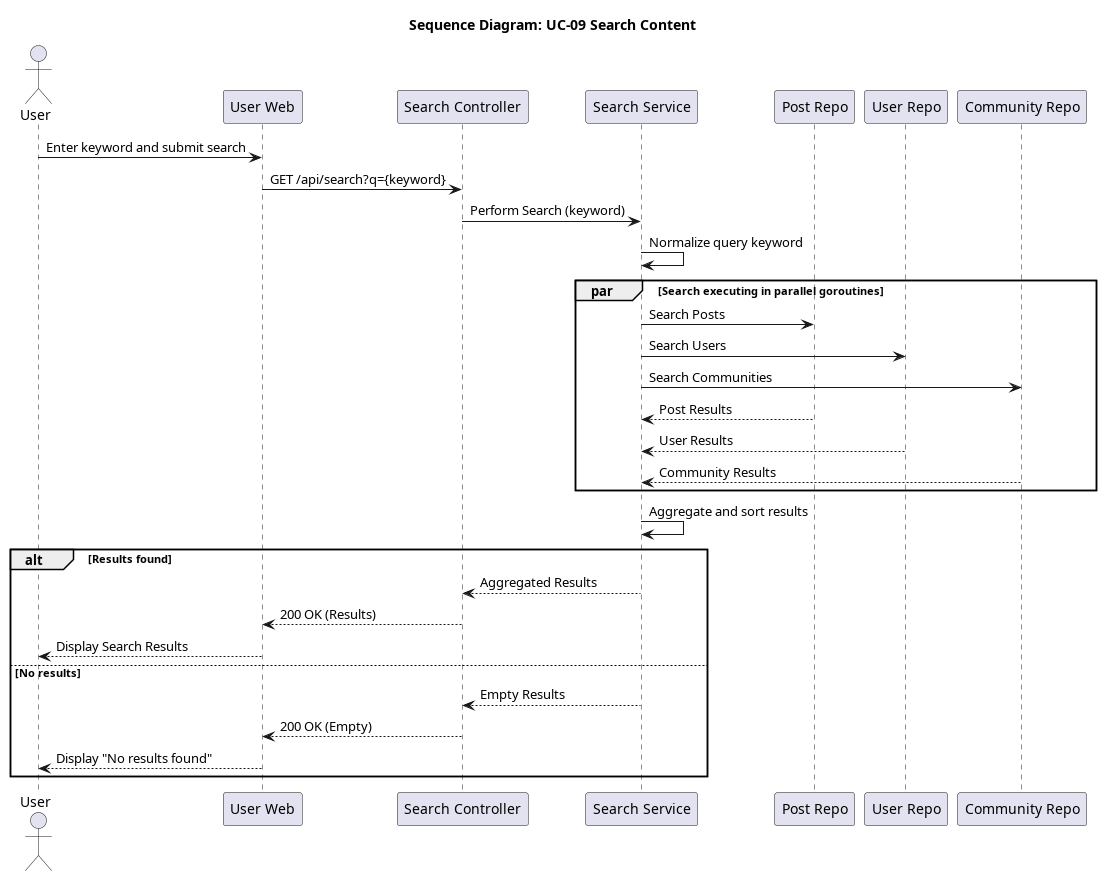
Before: docs/srs_add/SAD/diagrams/seq_09_search_content.png, a diagram exported from PlantUML (giakiet05/lkforum-new).
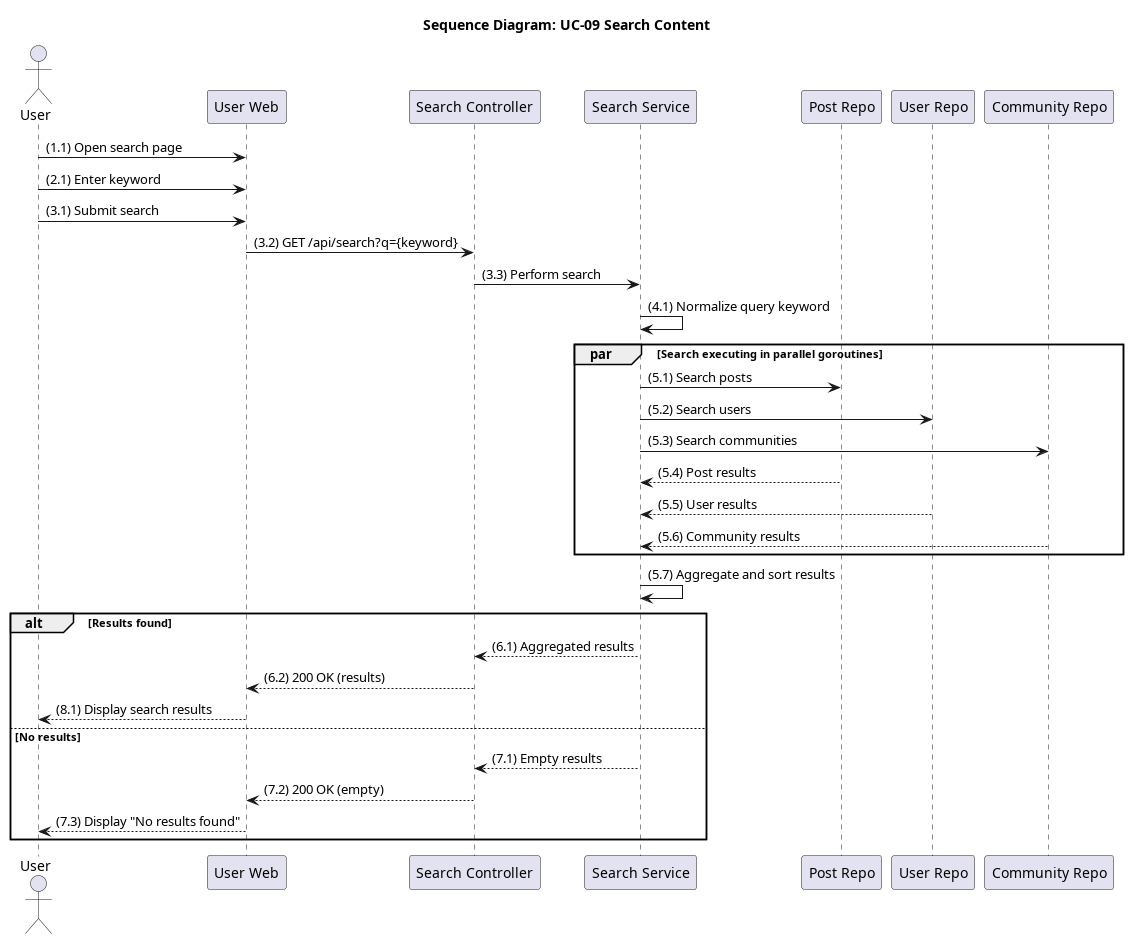
The same diagram one commit later.

What changed in the source:
```diff
@@ -9,29 +9,31 @@
 participant "User Repo" as UserRepo
 participant "Community Repo" as CommunityRepo
 
-User -> Frontend: Enter keyword and submit search
-Frontend -> Controller: GET /api/search?q={keyword}
-Controller -> Service: Perform Search (keyword)
-Service -> Service: Normalize query keyword
+User -> Frontend: (1.1) Open search page
+User -> Frontend: (2.1) Enter keyword
+User -> Frontend: (3.1) Submit search
+Frontend -> Controller: (3.2) GET /api/search?q={keyword}
+Controller -> Service: (3.3) Perform search
+Service -> Service: (4.1) Normalize query keyword
 
 par Search executing in parallel goroutines
-    Service -> PostRepo: Search Posts
-    Service -> UserRepo: Search Users
-    Service -> CommunityRepo: Search Communities
-    PostRepo --> Service: Post Results
-    UserRepo --> Service: User Results
-    CommunityRepo --> Service: Community Results
+    Service -> PostRepo: (5.1) Search posts
+    Service -> UserRepo: (5.2) Search users
+    Service -> CommunityRepo: (5.3) Search communities
+    PostRepo --> Service: (5.4) Post results
+    UserRepo --> Service: (5.5) User results
+    CommunityRepo --> Service: (5.6) Community results
 end
 
-Service -> Service: Aggregate and sort results
+Service -> Service: (5.7) Aggregate and sort results
 
 alt Results found
-    Service --> Controller: Aggregated Results
-    Controller --> Frontend: 200 OK (Results)
-    Frontend --> User: Display Search Results
+    Service --> Controller: (6.1) Aggregated results
+    Controller --> Frontend: (6.2) 200 OK (results)
+    Frontend --> User: (8.1) Display search results
 else No results
-    Service --> Controller: Empty Results
-    Controller --> Frontend: 200 OK (Empty)
-    Frontend --> User: Display "No results found"
+    Service --> Controller: (7.1) Empty results
+    Controller --> Frontend: (7.2) 200 OK (empty)
+    Frontend --> User: (7.3) Display "No results found"
 end
 @enduml
```
